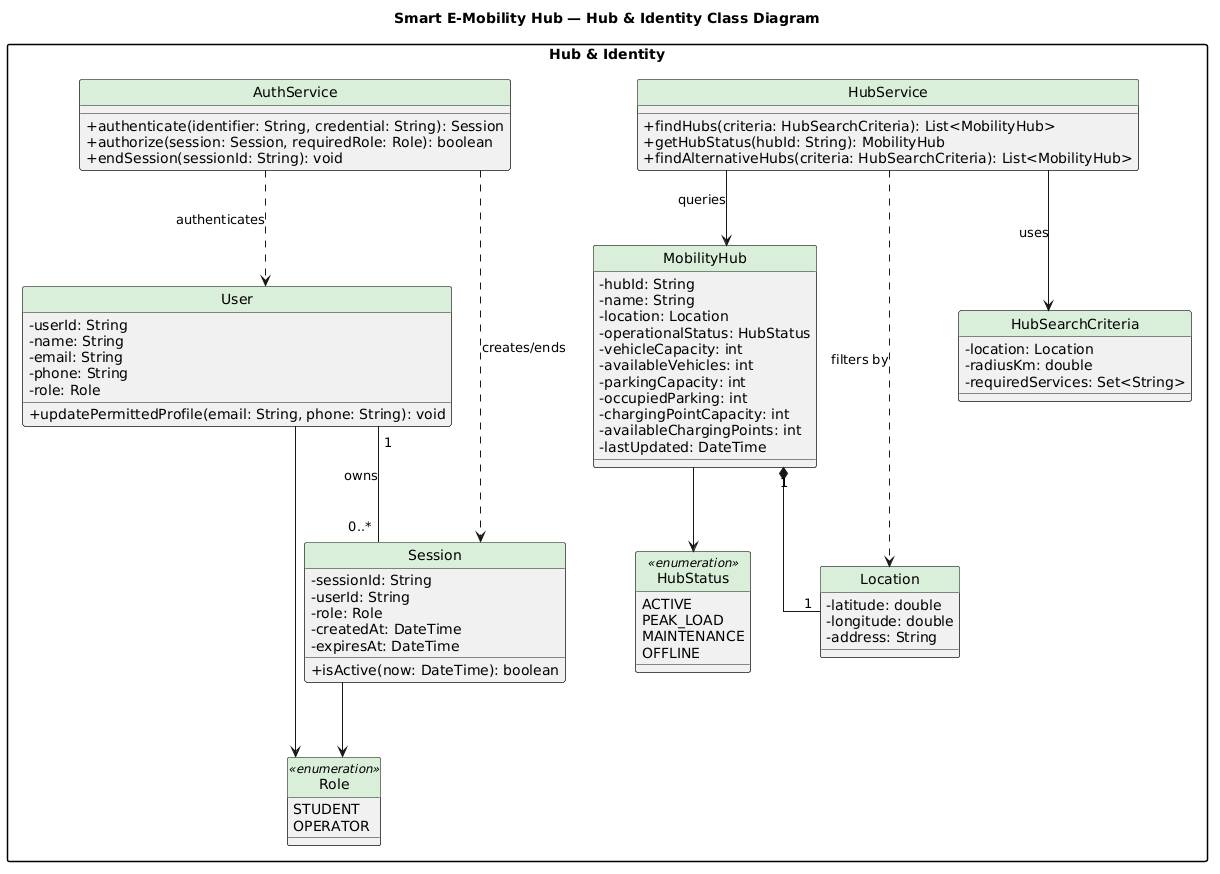
Above: docs/submission-3/class-diagram/hub-identity/01-hub-identity.png in thanhpham1108/smart-e-mobility-hub (PlantUML), before the change. Source of this version:
```plantuml
@startuml 01-hub-identity
title Smart E-Mobility Hub — Hub & Identity Class Diagram

skinparam classAttributeIconSize 0
skinparam classHeaderBackgroundColor #D9EFD9
skinparam shadowing false
skinparam packageStyle rectangle
skinparam linetype ortho
skinparam nodesep 70
skinparam ranksep 75
hide circle

package "Hub & Identity" {

class User {
  - userId: String
  - name: String
  - email: String
  - phone: String
  - role: Role
  + updatePermittedProfile(email: String, phone: String): void
}

enum Role <<enumeration>> {
  STUDENT
  OPERATOR
}

class Session {
  - sessionId: String
  - userId: String
  - role: Role
  - createdAt: DateTime
  - expiresAt: DateTime
  + isActive(now: DateTime): boolean
}

class MobilityHub {
  - hubId: String
  - name: String
  - location: Location
  - operationalStatus: HubStatus
  - vehicleCapacity: int
  - availableVehicles: int
  - parkingCapacity: int
  - occupiedParking: int
  - chargingPointCapacity: int
  - availableChargingPoints: int
  - lastUpdated: DateTime
}

enum HubStatus <<enumeration>> {
  ACTIVE
  PEAK_LOAD
  MAINTENANCE
  OFFLINE
}

class Location {
  - latitude: double
  - longitude: double
  - address: String
}

class AuthService {
  + authenticate(identifier: String, credential: String): Session
  + authorize(session: Session, requiredRole: Role): boolean
  + endSession(sessionId: String): void
}

class HubService {
  + findHubs(criteria: HubSearchCriteria): List<MobilityHub>
  + getHubStatus(hubId: String): MobilityHub
  + findAlternativeHubs(criteria: HubSearchCriteria): List<MobilityHub>
}

class HubSearchCriteria {
  - location: Location
  - radiusKm: double
  - requiredServices: Set<String>
}

}

User "1" -- "0..*" Session : owns
Session --> Role
User --> Role
MobilityHub "1" *-- "1" Location
MobilityHub --> HubStatus
AuthService ..> User : authenticates
AuthService ..> Session : creates/ends
HubService --> MobilityHub : queries
HubService --> HubSearchCriteria : uses
HubService ..> Location : filters by

@enduml
```
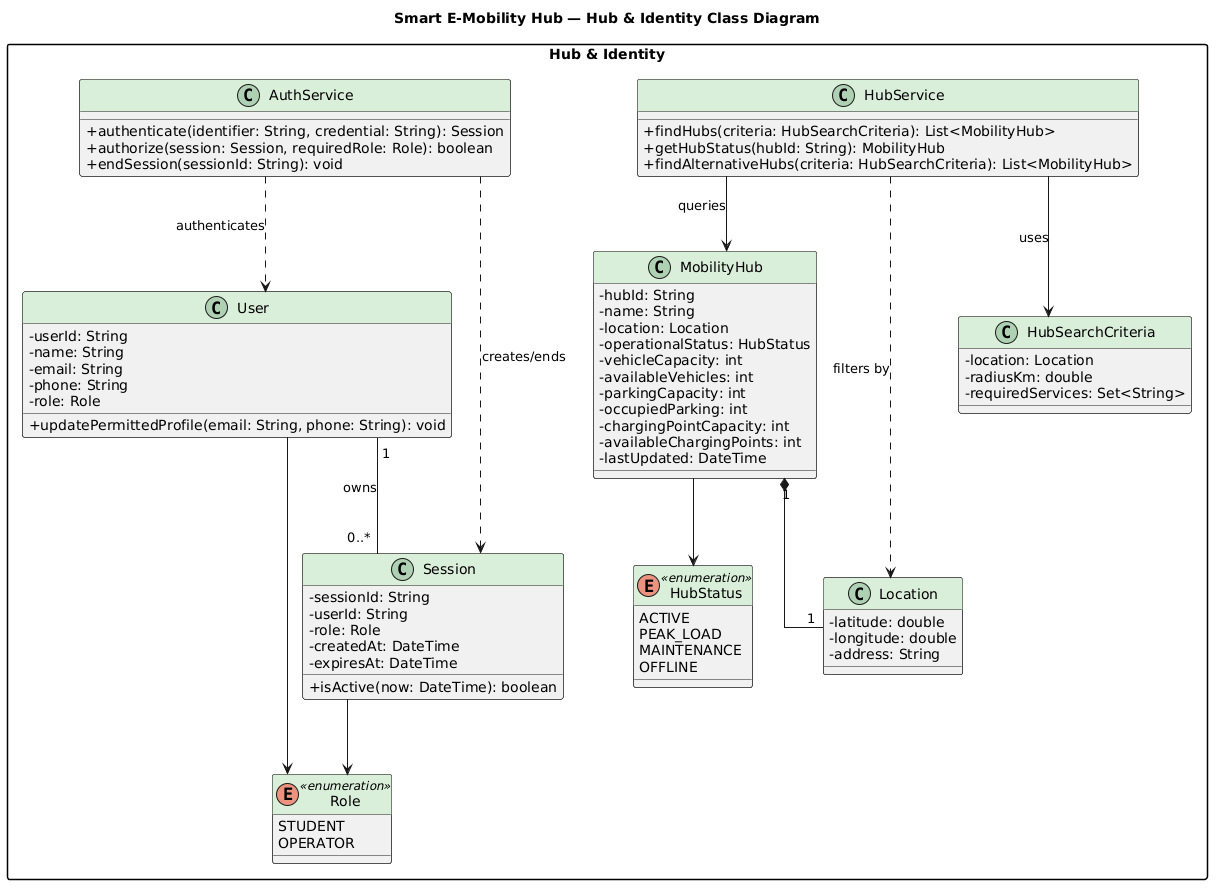
Later version of the same file.

Diff of the diagram source:
```diff
@@ -1,4 +1,4 @@
-@startuml 01-hub-identity
+@startuml
 title Smart E-Mobility Hub — Hub & Identity Class Diagram
 
 skinparam classAttributeIconSize 0
@@ -8,7 +8,6 @@
 skinparam linetype ortho
 skinparam nodesep 70
 skinparam ranksep 75
-hide circle
 
 package "Hub & Identity" {
 
@@ -92,5 +91,4 @@
 HubService --> MobilityHub : queries
 HubService --> HubSearchCriteria : uses
 HubService ..> Location : filters by
-
 @enduml
```
